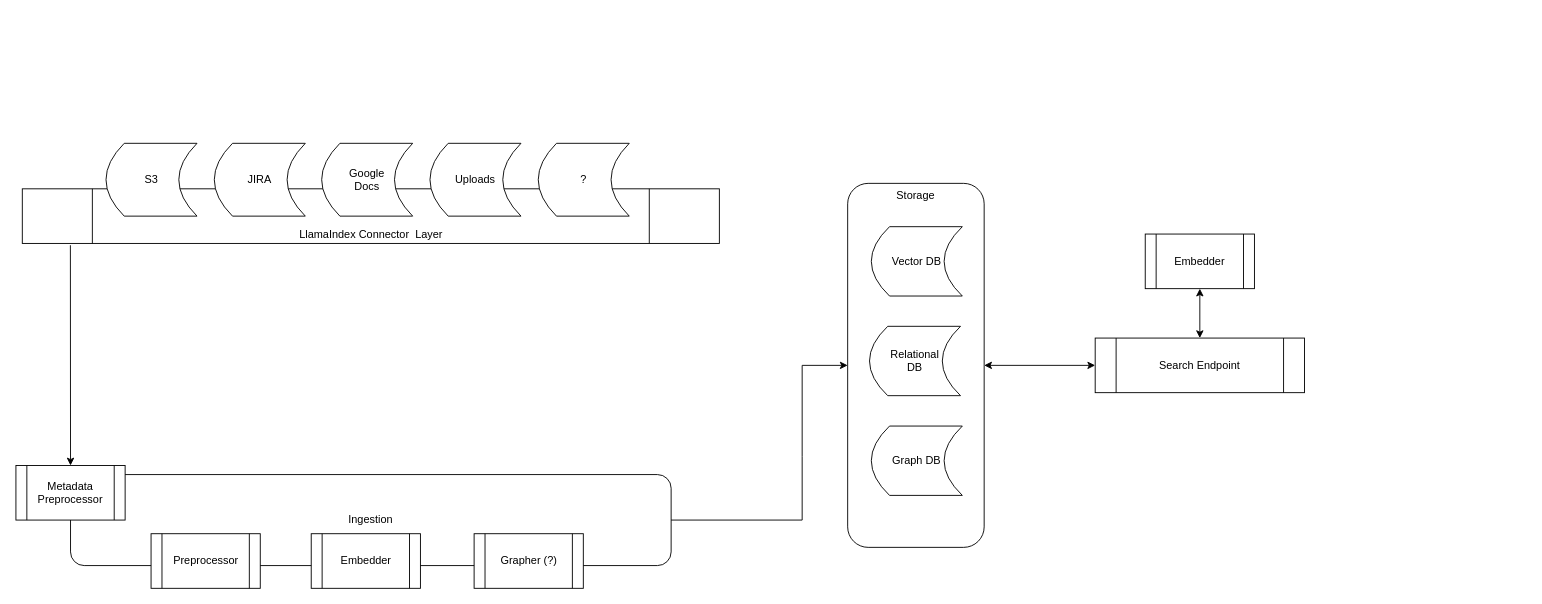
Before: Untitled Diagram.drawio in amanrai/TuliusBackend, a draw.io diagram. Source tidied: cells renumbered, new cells numbered last; positions are measured from the earlier drawing's top-left corner, leaving out a move shared by most shapes. Both pictures are drawn from the tidied source at 91%, with x=0, y=0 at pixel (15, 143).
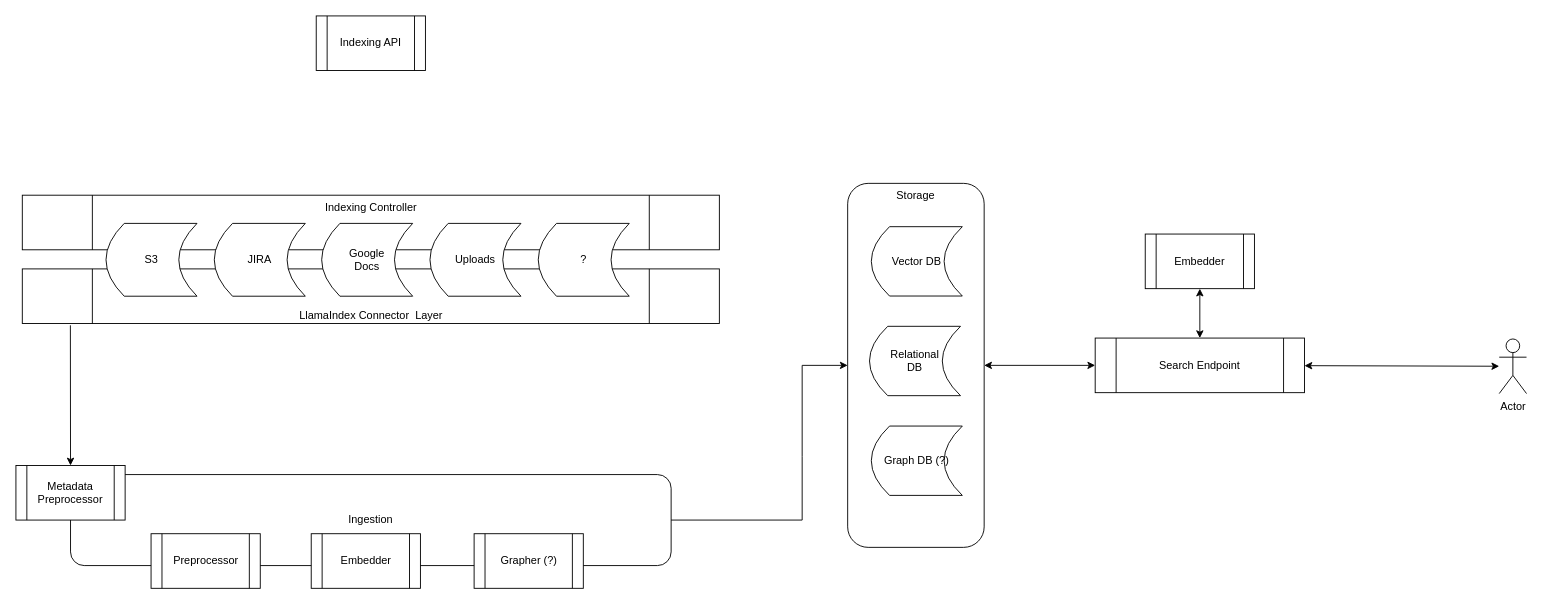
Above is the later version.

Unchanged cells that the change refers to:
```xml
<mxCell id="11" style="group;" parent="1" vertex="1">
  <mxGeometry x="914" y="44" width="150" height="400" as="geometry" />
</mxCell>
<mxCell id="20" value="Search Endpoint" style="shape=process;whiteSpace=wrap;html=1;backgroundOutline=1;" parent="1" vertex="1">
  <mxGeometry x="1186" y="214" width="230" height="60" as="geometry" />
</mxCell>
```

The edit, as a diff of the source:
```diff
@@
+    <mxCell id="24" value="Indexing Controller" style="shape=process;whiteSpace=wrap;html=1;backgroundOutline=1;verticalAlign=top;" parent="1" vertex="1">
+      <mxGeometry x="7" y="57" width="766" height="60" as="geometry" />
+    </mxCell>
@@
     <mxCell id="4" value="LlamaIndex Connector &amp;nbsp;Layer" style="shape=process;whiteSpace=wrap;html=1;backgroundOutline=1;verticalAlign=bottom;" parent="1" vertex="1">
-      <mxGeometry x="7" y="50" width="766" height="60" as="geometry" />
+      <mxGeometry x="7" y="138" width="766" height="60" as="geometry" />
     </mxCell>
@@
     <mxCell id="6" value="S3" style="shape=dataStorage;whiteSpace=wrap;html=1;fixedSize=1;" parent="1" vertex="1">
-      <mxGeometry x="99" width="100" height="80" as="geometry" />
+      <mxGeometry x="99" y="88" width="100" height="80" as="geometry" />
     </mxCell>
     <mxCell id="7" value="JIRA" style="shape=dataStorage;whiteSpace=wrap;html=1;fixedSize=1;" parent="1" vertex="1">
-      <mxGeometry x="218" width="100" height="80" as="geometry" />
+      <mxGeometry x="218" y="88" width="100" height="80" as="geometry" />
     </mxCell>
     <mxCell id="8" value="Google &lt;br&gt;Docs" style="shape=dataStorage;whiteSpace=wrap;html=1;fixedSize=1;" parent="1" vertex="1">
-      <mxGeometry x="336" width="100" height="80" as="geometry" />
+      <mxGeometry x="336" y="88" width="100" height="80" as="geometry" />
     </mxCell>
     <mxCell id="9" value="Uploads" style="shape=dataStorage;whiteSpace=wrap;html=1;fixedSize=1;" parent="1" vertex="1">
-      <mxGeometry x="455" width="100" height="80" as="geometry" />
+      <mxGeometry x="455" y="88" width="100" height="80" as="geometry" />
     </mxCell>
     <mxCell id="10" value="?" style="shape=dataStorage;whiteSpace=wrap;html=1;fixedSize=1;" parent="1" vertex="1">
-      <mxGeometry x="574" width="100" height="80" as="geometry" />
+      <mxGeometry x="574" y="88" width="100" height="80" as="geometry" />
     </mxCell>
@@
-    <mxCell id="15" value="Graph DB" style="shape=dataStorage;whiteSpace=wrap;html=1;fixedSize=1;" parent="11" vertex="1">
+    <mxCell id="15" value="Graph DB (?)" style="shape=dataStorage;whiteSpace=wrap;html=1;fixedSize=1;" parent="11" vertex="1">
       <mxGeometry x="26" y="266.7" width="100" height="76.2" as="geometry" />
     </mxCell>
@@
+    <mxCell id="25" value="Actor" style="shape=umlActor;verticalLabelPosition=bottom;verticalAlign=top;html=1;outlineConnect=0;" parent="1" vertex="1">
+      <mxGeometry x="1630" y="215" width="30" height="60" as="geometry" />
+    </mxCell>
+    <mxCell id="26" style="endArrow=classic;startArrow=classic;html=1;rounded=0;" parent="1" edge="1" source="20" target="25">
+      <mxGeometry relative="1" as="geometry" />
+    </mxCell>
+    <mxCell id="27" value="Indexing API" style="shape=process;whiteSpace=wrap;html=1;backgroundOutline=1;" parent="1" vertex="1">
+      <mxGeometry x="330" y="-140" width="120" height="60" as="geometry" />
+    </mxCell>
```
